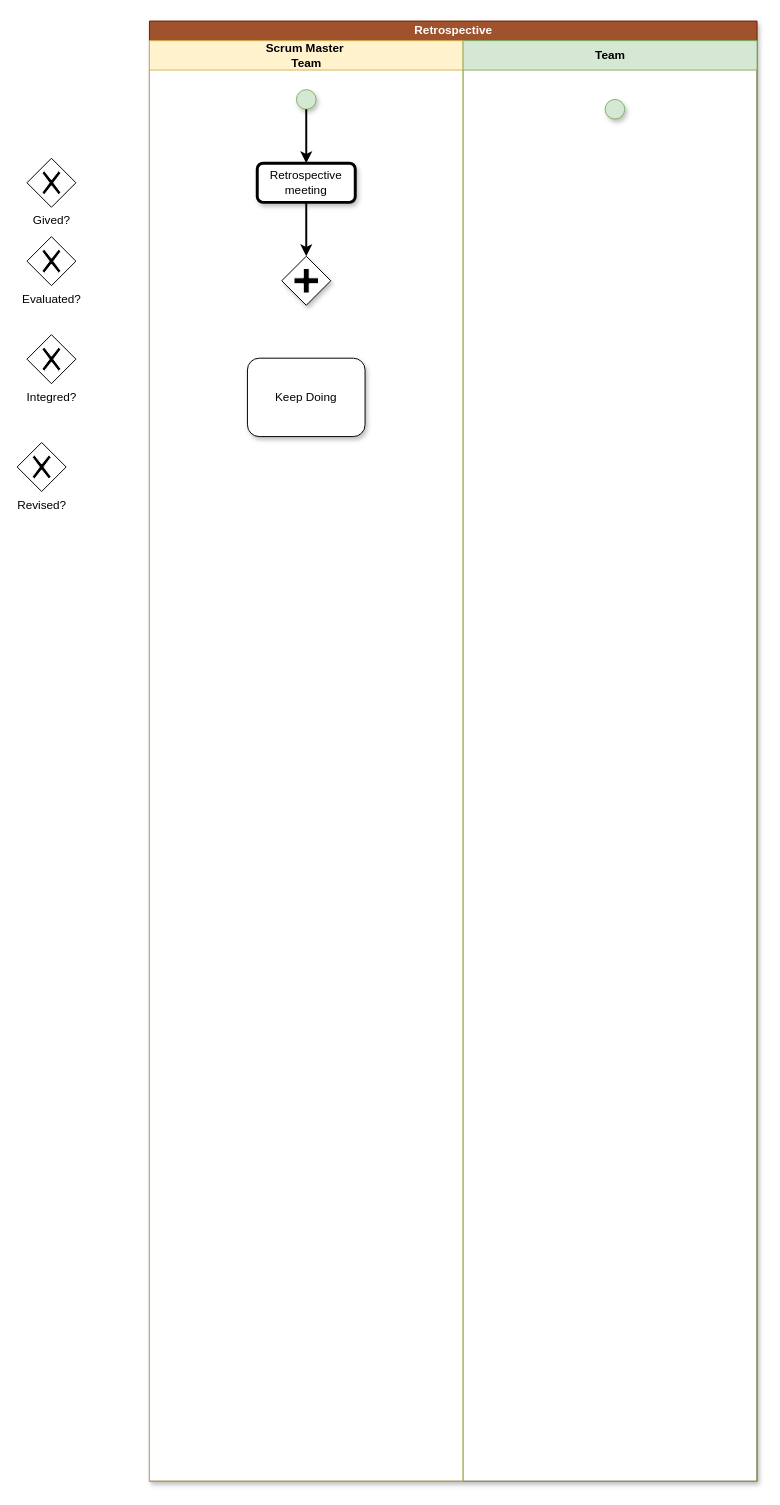
Above: page "Retrospective" (10 of 10) of BPMN_Pre-game.drawio in JavierCabreraDev/Metodologia_Practica (draw.io), before the change. Source tidied: cells renumbered, new cells numbered last; positions are measured from the earlier drawing's top-left corner, leaving out a move shared by most shapes. Both pictures are drawn from the tidied source at 98%, with x=0, y=0 at pixel (17, 21).
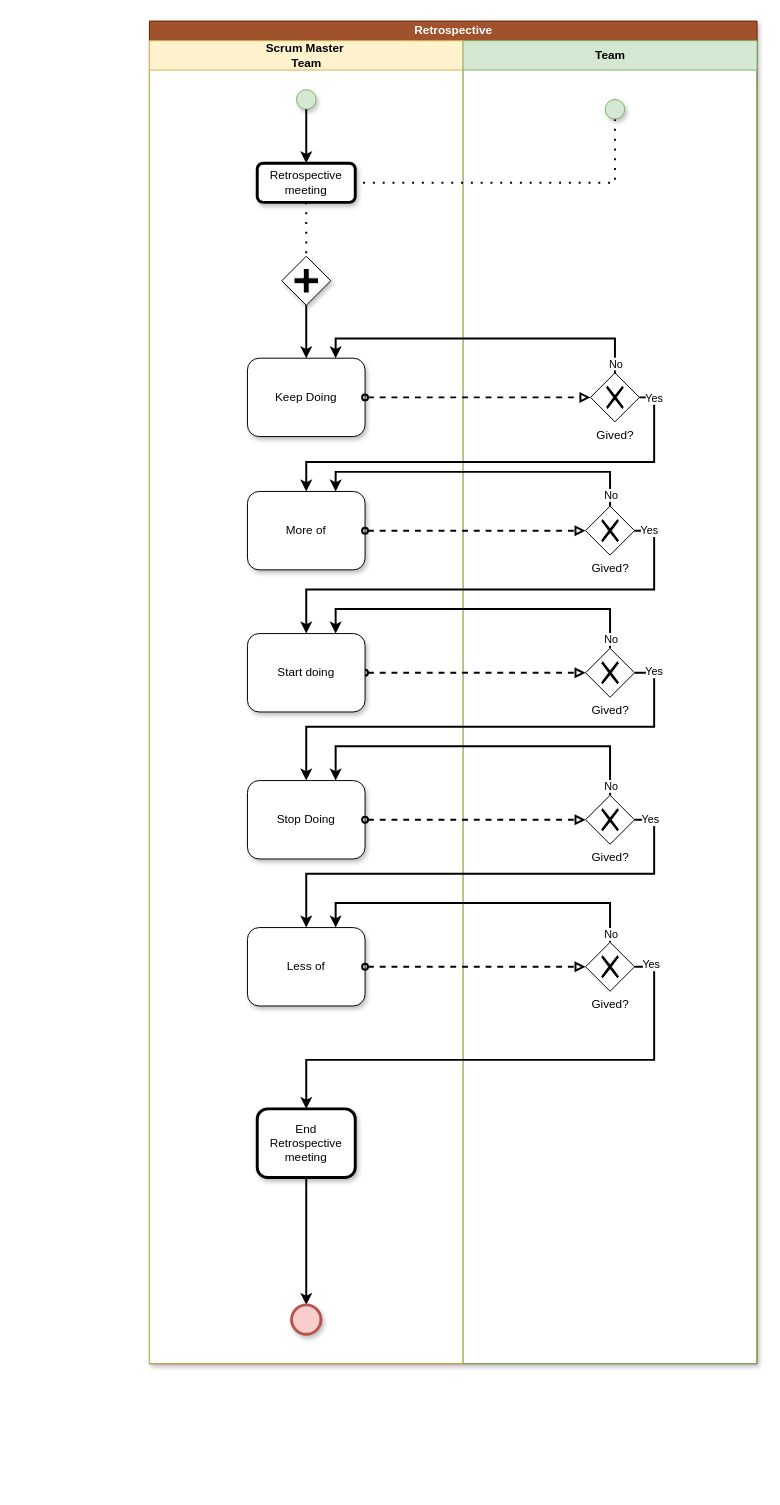
The same diagram, later.

The change refers to these unchanged cells:
```xml
<mxCell id="5" style="shape=mxgraph.bpmn.shape;html=1;verticalLabelPosition=bottom;labelBackgroundColor=#ffffff;verticalAlign=top;align=center;perimeter=rhombusPerimeter;background=gateway;outlineConnect=0;outline=none;symbol=parallelGw;rounded=0;shadow=1;glass=0;gradientColor=none;" parent="3" vertex="1">
  <mxGeometry x="135" y="220" width="50" height="50" as="geometry" />
</mxCell>
<mxCell id="12" value="&lt;p&gt;&lt;font style=&quot;font-size: 12px&quot;&gt;Retrospective meeting&lt;/font&gt;&lt;/p&gt;" style="shape=ext;rounded=1;html=1;whiteSpace=wrap;strokeWidth=3;shadow=1;glass=0;" parent="1" vertex="1">
  <mxGeometry x="245" y="145" width="100" height="40" as="geometry" />
</mxCell>
<mxCell id="14" style="ellipse;whiteSpace=wrap;html=1;shadow=1;glass=0;fillColor=#d5e8d4;strokeColor=#82b366;" parent="1" vertex="1">
  <mxGeometry x="600" y="80" width="20" height="20" as="geometry" />
</mxCell>
<mxCell id="15" value="Keep Doing" style="shape=ext;rounded=1;html=1;whiteSpace=wrap;shadow=1;glass=0;gradientColor=none;" parent="1" vertex="1">
  <mxGeometry x="235" y="344" width="120" height="80" as="geometry" />
</mxCell>
```

What changed in the source:
```diff
@@
     <mxCell id="2" value="Retrospective" style="swimlane;html=1;startSize=20;shadow=1;glass=0;swimlaneFillColor=#ffffff;fillColor=#a0522d;strokeColor=#6D1F00;fontColor=#ffffff;" parent="1" vertex="1">
-      <mxGeometry x="135" width="620" height="1490" as="geometry" />
+      <mxGeometry x="135" width="620" height="1370" as="geometry" />
     </mxCell>
     <mxCell id="3" value="Scrum Master&amp;nbsp;&lt;br&gt;Team" style="swimlane;html=1;startSize=30;fillColor=#fff2cc;strokeColor=#d6b656;" parent="2" vertex="1">
-      <mxGeometry y="20" width="320" height="1470" as="geometry" />
+      <mxGeometry y="20" width="320" height="1350" as="geometry" />
     </mxCell>
@@
     <mxCell id="6" value="Team" style="swimlane;html=1;startSize=30;fillColor=#d5e8d4;strokeColor=#82b366;" parent="2" vertex="1">
-      <mxGeometry x="320" y="20" width="300" height="1470" as="geometry" />
+      <mxGeometry x="320" y="20" width="300" height="1350" as="geometry" />
     </mxCell>
-    <mxCell id="7" value="Gived?" style="shape=mxgraph.bpmn.shape;html=1;verticalLabelPosition=bottom;labelBackgroundColor=#ffffff;verticalAlign=top;align=center;perimeter=rhombusPerimeter;background=gateway;outlineConnect=0;outline=none;symbol=exclusiveGw;" parent="1" vertex="1">
-      <mxGeometry x="10" y="140" width="50" height="50" as="geometry" />
+    <mxCell id="7" value="Gived?" style="shape=mxgraph.bpmn.shape;html=1;verticalLabelPosition=bottom;labelBackgroundColor=#ffffff;verticalAlign=top;align=center;perimeter=rhombusPerimeter;background=gateway;outlineConnect=0;outline=none;symbol=exclusiveGw;" parent="6" vertex="1">
+      <mxGeometry x="130" y="339" width="50" height="50" as="geometry" />
     </mxCell>
-    <mxCell id="8" value="Evaluated?" style="shape=mxgraph.bpmn.shape;html=1;verticalLabelPosition=bottom;labelBackgroundColor=#ffffff;verticalAlign=top;align=center;perimeter=rhombusPerimeter;background=gateway;outline=none;symbol=exclusiveGw;" parent="1" vertex="1">
-      <mxGeometry x="10" y="220" width="50" height="50" as="geometry" />
-    </mxCell>
-    <mxCell id="9" value="Integred?" style="shape=mxgraph.bpmn.shape;html=1;verticalLabelPosition=bottom;labelBackgroundColor=#ffffff;verticalAlign=top;align=center;perimeter=rhombusPerimeter;background=gateway;outline=none;symbol=exclusiveGw;" parent="1" vertex="1">
-      <mxGeometry x="10" y="320" width="50" height="50" as="geometry" />
-    </mxCell>
-    <mxCell id="10" value="Revised?" style="shape=mxgraph.bpmn.shape;html=1;verticalLabelPosition=bottom;labelBackgroundColor=#ffffff;verticalAlign=top;align=center;perimeter=rhombusPerimeter;background=gateway;outline=none;symbol=exclusiveGw;" parent="1" vertex="1">
-      <mxGeometry y="430" width="50" height="50" as="geometry" />
-    </mxCell>
+    <mxCell id="16" value="Gived?" style="shape=mxgraph.bpmn.shape;html=1;verticalLabelPosition=bottom;labelBackgroundColor=#ffffff;verticalAlign=top;align=center;perimeter=rhombusPerimeter;background=gateway;outlineConnect=0;outline=none;symbol=exclusiveGw;" parent="6" vertex="1">
+      <mxGeometry x="125" y="475" width="50" height="50" as="geometry" />
+    </mxCell>
+    <mxCell id="17" value="Gived?" style="shape=mxgraph.bpmn.shape;html=1;verticalLabelPosition=bottom;labelBackgroundColor=#ffffff;verticalAlign=top;align=center;perimeter=rhombusPerimeter;background=gateway;outlineConnect=0;outline=none;symbol=exclusiveGw;" parent="6" vertex="1">
+      <mxGeometry x="125" y="620" width="50" height="50" as="geometry" />
+    </mxCell>
+    <mxCell id="18" value="Gived?" style="shape=mxgraph.bpmn.shape;html=1;verticalLabelPosition=bottom;labelBackgroundColor=#ffffff;verticalAlign=top;align=center;perimeter=rhombusPerimeter;background=gateway;outlineConnect=0;outline=none;symbol=exclusiveGw;" parent="6" vertex="1">
+      <mxGeometry x="125" y="770" width="50" height="50" as="geometry" />
+    </mxCell>
+    <mxCell id="19" value="Gived?" style="shape=mxgraph.bpmn.shape;html=1;verticalLabelPosition=bottom;labelBackgroundColor=#ffffff;verticalAlign=top;align=center;perimeter=rhombusPerimeter;background=gateway;outlineConnect=0;outline=none;symbol=exclusiveGw;" parent="6" vertex="1">
+      <mxGeometry x="125" y="920" width="50" height="50" as="geometry" />
+    </mxCell>
-    <mxCell id="11" style="edgeStyle=orthogonalEdgeStyle;rounded=0;jettySize=auto;html=1;entryX=0.5;entryY=0;entryDx=0;entryDy=0;startArrow=none;startFill=0;endArrow=classic;endFill=1;strokeWidth=2;" parent="1" edge="1" source="12" target="5">
+    <mxCell id="11" style="edgeStyle=orthogonalEdgeStyle;rounded=0;jettySize=auto;html=1;entryX=0.5;entryY=0;entryDx=0;entryDy=0;startArrow=none;startFill=0;endArrow=none;endFill=0;strokeWidth=2;dashed=1;dashPattern=1 4;" parent="1" edge="1" source="12" target="5">
       <mxGeometry relative="1" as="geometry" />
     </mxCell>
@@
+    <mxCell id="20" style="edgeStyle=orthogonalEdgeStyle;rounded=0;jettySize=auto;html=1;entryX=1;entryY=0.5;entryDx=0;entryDy=0;dashed=1;dashPattern=1 4;startArrow=none;startFill=0;endArrow=none;endFill=0;strokeWidth=2;" parent="1" edge="1" source="14" target="12">
+      <mxGeometry relative="1" as="geometry">
+        <Array as="points">
+          <mxPoint x="610" y="165" />
+        </Array>
+      </mxGeometry>
+    </mxCell>
@@
+    <mxCell id="21" style="edgeStyle=orthogonalEdgeStyle;rounded=0;jettySize=auto;html=1;entryX=0.5;entryY=0;entryDx=0;entryDy=0;startArrow=none;startFill=0;endArrow=classic;endFill=1;strokeWidth=2;" parent="1" edge="1" source="5" target="15">
+      <mxGeometry relative="1" as="geometry" />
+    </mxCell>
+    <mxCell id="22" value="More of" style="shape=ext;rounded=1;html=1;whiteSpace=wrap;shadow=1;glass=0;gradientColor=none;" parent="1" vertex="1">
+      <mxGeometry x="235" y="480" width="120" height="80" as="geometry" />
+    </mxCell>
+    <mxCell id="23" style="edgeStyle=orthogonalEdgeStyle;rounded=0;jettySize=auto;html=1;startArrow=oval;startFill=0;endArrow=block;endFill=0;strokeWidth=2;dashed=1;" parent="1" edge="1" source="24" target="17">
+      <mxGeometry relative="1" as="geometry" />
+    </mxCell>
+    <mxCell id="24" value="Start doing" style="shape=ext;rounded=1;html=1;whiteSpace=wrap;shadow=1;glass=0;gradientColor=none;" parent="1" vertex="1">
+      <mxGeometry x="235" y="625" width="120" height="80" as="geometry" />
+    </mxCell>
+    <mxCell id="25" value="Stop Doing" style="shape=ext;rounded=1;html=1;whiteSpace=wrap;shadow=1;glass=0;gradientColor=none;" parent="1" vertex="1">
+      <mxGeometry x="235" y="775" width="120" height="80" as="geometry" />
+    </mxCell>
+    <mxCell id="26" value="Less of" style="shape=ext;rounded=1;html=1;whiteSpace=wrap;shadow=1;glass=0;gradientColor=none;" parent="1" vertex="1">
+      <mxGeometry x="235" y="925" width="120" height="80" as="geometry" />
+    </mxCell>
+    <mxCell id="27" style="edgeStyle=orthogonalEdgeStyle;rounded=0;jettySize=auto;html=1;entryX=0;entryY=0.5;entryDx=0;entryDy=0;startArrow=oval;startFill=0;endArrow=block;endFill=0;strokeWidth=2;dashed=1;" parent="1" edge="1" source="15" target="7">
+      <mxGeometry relative="1" as="geometry" />
+    </mxCell>
+    <mxCell id="28" style="edgeStyle=orthogonalEdgeStyle;rounded=0;jettySize=auto;html=1;entryX=0.75;entryY=0;entryDx=0;entryDy=0;startArrow=none;startFill=0;endArrow=classic;endFill=1;strokeWidth=2;" parent="1" edge="1" source="7" target="15">
+      <mxGeometry relative="1" as="geometry">
+        <Array as="points">
+          <mxPoint x="610" y="324" />
+          <mxPoint x="325" y="324" />
+        </Array>
+      </mxGeometry>
+    </mxCell>
+    <mxCell id="29" value="No" style="edgeLabel;html=1;align=center;verticalAlign=middle;" parent="28" vertex="1">
+      <mxGeometry x="-0.94" relative="1" as="geometry" />
+    </mxCell>
+    <mxCell id="30" style="edgeStyle=orthogonalEdgeStyle;rounded=0;jettySize=auto;html=1;startArrow=none;startFill=0;endArrow=classic;endFill=1;strokeWidth=2;" parent="1" edge="1" source="7" target="22">
+      <mxGeometry relative="1" as="geometry">
+        <Array as="points">
+          <mxPoint x="650" y="384" />
+          <mxPoint x="650" y="450" />
+          <mxPoint x="295" y="450" />
+        </Array>
+      </mxGeometry>
+    </mxCell>
+    <mxCell id="31" value="Yes" style="edgeLabel;html=1;align=center;verticalAlign=middle;" parent="30" vertex="1">
+      <mxGeometry x="-0.94" relative="1" as="geometry" />
+    </mxCell>
+    <mxCell id="32" style="edgeStyle=orthogonalEdgeStyle;rounded=0;jettySize=auto;html=1;entryX=0.75;entryY=0;entryDx=0;entryDy=0;startArrow=none;startFill=0;endArrow=classic;endFill=1;strokeWidth=2;exitX=0.5;exitY=0;exitDx=0;exitDy=0;" parent="1" edge="1" source="16" target="22">
+      <mxGeometry relative="1" as="geometry">
+        <Array as="points">
+          <mxPoint x="605" y="460" />
+          <mxPoint x="325" y="460" />
+        </Array>
+      </mxGeometry>
+    </mxCell>
+    <mxCell id="33" value="No" style="edgeLabel;html=1;align=center;verticalAlign=middle;" parent="32" vertex="1">
+      <mxGeometry x="-0.93" relative="1" as="geometry" />
+    </mxCell>
+    <mxCell id="34" style="edgeStyle=orthogonalEdgeStyle;rounded=0;jettySize=auto;html=1;startArrow=oval;startFill=0;endArrow=block;endFill=0;strokeWidth=2;dashed=1;" parent="1" edge="1" source="22" target="16">
+      <mxGeometry relative="1" as="geometry" />
+    </mxCell>
+    <mxCell id="35" style="edgeStyle=orthogonalEdgeStyle;rounded=0;jettySize=auto;html=1;startArrow=none;startFill=0;endArrow=classic;endFill=1;strokeWidth=2;" parent="1" edge="1" source="16" target="24">
+      <mxGeometry relative="1" as="geometry">
+        <Array as="points">
+          <mxPoint x="650" y="520" />
+          <mxPoint x="650" y="580" />
+          <mxPoint x="295" y="580" />
+        </Array>
+      </mxGeometry>
+    </mxCell>
+    <mxCell id="36" value="Yes" style="edgeLabel;html=1;align=center;verticalAlign=middle;" parent="35" vertex="1">
+      <mxGeometry x="-0.94" y="1" relative="1" as="geometry" />
+    </mxCell>
+    <mxCell id="37" style="edgeStyle=orthogonalEdgeStyle;rounded=0;jettySize=auto;html=1;entryX=0.75;entryY=0;entryDx=0;entryDy=0;startArrow=none;startFill=0;endArrow=classic;endFill=1;strokeWidth=2;" parent="1" edge="1" source="17" target="24">
+      <mxGeometry relative="1" as="geometry">
+        <Array as="points">
+          <mxPoint x="605" y="600" />
+          <mxPoint x="325" y="600" />
+        </Array>
+      </mxGeometry>
+    </mxCell>
+    <mxCell id="38" value="No" style="edgeLabel;html=1;align=center;verticalAlign=middle;" parent="37" vertex="1">
+      <mxGeometry x="-0.94" relative="1" as="geometry" />
+    </mxCell>
+    <mxCell id="39" style="edgeStyle=orthogonalEdgeStyle;rounded=0;jettySize=auto;html=1;startArrow=none;startFill=0;endArrow=classic;endFill=1;strokeWidth=2;" parent="1" edge="1" source="17" target="25">
+      <mxGeometry relative="1" as="geometry">
+        <Array as="points">
+          <mxPoint x="650" y="665" />
+          <mxPoint x="650" y="720" />
+          <mxPoint x="295" y="720" />
+        </Array>
+      </mxGeometry>
+    </mxCell>
+    <mxCell id="40" value="Yes" style="edgeLabel;html=1;align=center;verticalAlign=middle;" parent="39" vertex="1">
+      <mxGeometry x="-0.92" y="2" relative="1" as="geometry" />
+    </mxCell>
+    <mxCell id="41" style="edgeStyle=orthogonalEdgeStyle;rounded=0;jettySize=auto;html=1;entryX=0.75;entryY=0;entryDx=0;entryDy=0;startArrow=none;startFill=0;endArrow=classic;endFill=1;strokeWidth=2;" parent="1" edge="1" source="18" target="25">
+      <mxGeometry relative="1" as="geometry">
+        <Array as="points">
+          <mxPoint x="605" y="740" />
+          <mxPoint x="325" y="740" />
+        </Array>
+      </mxGeometry>
+    </mxCell>
+    <mxCell id="42" value="No" style="edgeLabel;html=1;align=center;verticalAlign=middle;" parent="41" vertex="1">
+      <mxGeometry x="-0.91" y="2" relative="1" as="geometry">
+        <mxPoint x="2" y="6" as="offset" />
+      </mxGeometry>
+    </mxCell>
+    <mxCell id="43" style="edgeStyle=orthogonalEdgeStyle;rounded=0;jettySize=auto;html=1;startArrow=none;startFill=0;endArrow=classic;endFill=1;strokeWidth=2;" parent="1" edge="1" source="18" target="26">
+      <mxGeometry relative="1" as="geometry">
+        <Array as="points">
+          <mxPoint x="650" y="815" />
+          <mxPoint x="650" y="870" />
+          <mxPoint x="295" y="870" />
+        </Array>
+      </mxGeometry>
+    </mxCell>
+    <mxCell id="44" value="Yes" style="edgeLabel;html=1;align=center;verticalAlign=middle;" parent="43" vertex="1">
+      <mxGeometry x="-0.94" y="1" relative="1" as="geometry" />
+    </mxCell>
+    <mxCell id="45" style="edgeStyle=orthogonalEdgeStyle;rounded=0;jettySize=auto;html=1;entryX=0;entryY=0.5;entryDx=0;entryDy=0;startArrow=oval;startFill=0;endArrow=block;endFill=0;strokeWidth=2;dashed=1;" parent="1" edge="1" source="25" target="18">
+      <mxGeometry relative="1" as="geometry" />
+    </mxCell>
+    <mxCell id="46" style="edgeStyle=orthogonalEdgeStyle;rounded=0;jettySize=auto;html=1;entryX=0.75;entryY=0;entryDx=0;entryDy=0;startArrow=none;startFill=0;endArrow=classic;endFill=1;strokeWidth=2;" parent="1" edge="1" source="19" target="26">
+      <mxGeometry relative="1" as="geometry">
+        <Array as="points">
+          <mxPoint x="605" y="900" />
+          <mxPoint x="325" y="900" />
+        </Array>
+      </mxGeometry>
+    </mxCell>
+    <mxCell id="47" value="No" style="edgeLabel;html=1;align=center;verticalAlign=middle;" parent="46" vertex="1">
+      <mxGeometry x="-0.95" relative="1" as="geometry" />
+    </mxCell>
+    <mxCell id="48" style="edgeStyle=orthogonalEdgeStyle;rounded=0;jettySize=auto;html=1;entryX=0;entryY=0.5;entryDx=0;entryDy=0;dashed=1;startArrow=oval;startFill=0;endArrow=block;endFill=0;strokeWidth=2;" parent="1" edge="1" source="26" target="19">
+      <mxGeometry relative="1" as="geometry" />
+    </mxCell>
+    <mxCell id="49" style="edgeStyle=orthogonalEdgeStyle;rounded=0;jettySize=auto;html=1;entryX=0.5;entryY=0;entryDx=0;entryDy=0;startArrow=none;startFill=0;endArrow=classic;endFill=1;strokeWidth=2;" parent="1" edge="1" source="50" target="53">
+      <mxGeometry relative="1" as="geometry" />
+    </mxCell>
+    <mxCell id="50" value="&lt;p&gt;&lt;font style=&quot;font-size: 12px&quot;&gt;End Retrospective meeting&lt;/font&gt;&lt;/p&gt;" style="shape=ext;rounded=1;html=1;whiteSpace=wrap;strokeWidth=3;shadow=1;glass=0;" parent="1" vertex="1">
+      <mxGeometry x="245" y="1110" width="100" height="70" as="geometry" />
+    </mxCell>
+    <mxCell id="51" style="edgeStyle=orthogonalEdgeStyle;rounded=0;jettySize=auto;html=1;entryX=0.5;entryY=0;entryDx=0;entryDy=0;startArrow=none;startFill=0;endArrow=classic;endFill=1;strokeWidth=2;" parent="1" edge="1" source="19" target="50">
+      <mxGeometry relative="1" as="geometry">
+        <Array as="points">
+          <mxPoint x="650" y="965" />
+          <mxPoint x="650" y="1060" />
+          <mxPoint x="295" y="1060" />
+        </Array>
+      </mxGeometry>
+    </mxCell>
+    <mxCell id="52" value="Yes" style="edgeLabel;html=1;align=center;verticalAlign=middle;" parent="51" vertex="1">
+      <mxGeometry x="-0.94" y="3" relative="1" as="geometry" />
+    </mxCell>
+    <mxCell id="53" style="shape=mxgraph.bpmn.shape;html=1;verticalLabelPosition=bottom;labelBackgroundColor=#ffffff;verticalAlign=top;align=center;perimeter=ellipsePerimeter;outlineConnect=0;outline=end;symbol=general;rounded=0;shadow=1;glass=0;fillColor=#f8cecc;strokeColor=#b85450;" parent="1" vertex="1">
+      <mxGeometry x="280" y="1310" width="30" height="30" as="geometry" />
+    </mxCell>
```
